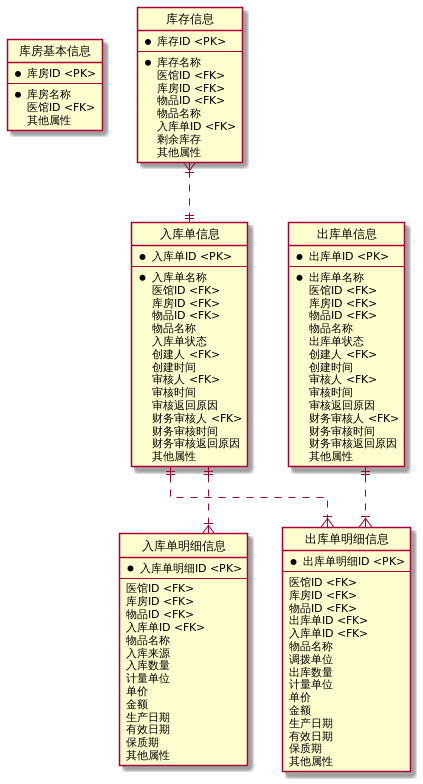
This is src/main/asciidoc/entity001.png from ab-shangzhou/medicine-museum, a PlantUML export, as it was before one commit. The source it was exported from:
```plantuml
@startuml
hide circle
skinparam linetype ortho

entity "库房基本信息" as e01 {
    *库房ID <PK>
    --
    *库房名称
     医馆ID <FK>
     其他属性
}

entity "库存信息" as e02 {
    *库存ID <PK>
    --
    *库存名称
     医馆ID <FK>
     库房ID <FK>
     物品ID <FK>
     物品名称
     入库单ID <FK>
     剩余库存
     其他属性
}

entity "入库单信息" as e03 {
    *入库单ID <PK>
    --
    *入库单名称
     医馆ID <FK>
     库房ID <FK>
     物品ID <FK>
     物品名称
     入库单状态
     创建人 <FK>
     创建时间
     审核人 <FK>
     审核时间
     审核返回原因
     财务审核人 <FK>
     财务审核时间
     财务审核返回原因
     其他属性
}

entity "入库单明细信息" as e04 {
    *入库单明细ID <PK>
    --
     医馆ID <FK>
     库房ID <FK>
     物品ID <FK>
     入库单ID <FK>
     物品名称
     入库来源
     入库数量
     计量单位
     单价
     金额
     生产日期
     有效日期
     保质期
     其他属性
}


entity "出库单信息" as e05 {
    *出库单ID <PK>
    --
    *出库单名称
     医馆ID <FK>
     库房ID <FK>
     物品ID <FK>
     物品名称
     出库单状态
     创建人 <FK>
     创建时间
     审核人 <FK>
     审核时间
     审核返回原因
     财务审核人 <FK>
     财务审核时间
     财务审核返回原因
     其他属性
}

entity "出库单明细信息" as e06 {
    *出库单明细ID <PK>
    --
     医馆ID <FK>
     库房ID <FK>
     物品ID <FK>
     出库单ID <FK>
     入库单ID <FK>
     物品名称
     调拨单位
     出库数量
     计量单位
     单价
     金额
     生产日期
     有效日期
     保质期
     其他属性
}

e02 }|..|| e03
e03 ||..|{ e04
e03 ||..|{ e06
e05 ||..|{ e06

@enduml
```
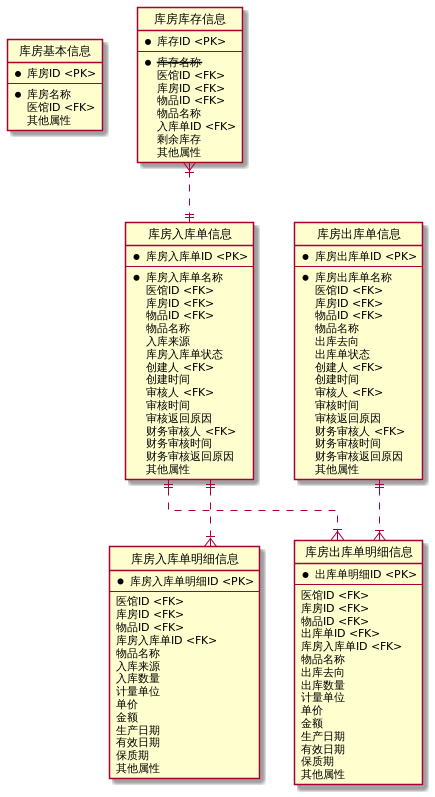
After the change.

Commit message:
添加医馆、药房、库房关系图

Change to the diagram source:
```diff
@@ -10,10 +10,10 @@
      其他属性
 }
 
-entity "库存信息" as e02 {
+entity "库房库存信息" as e02 {
     *库存ID <PK>
     --
-    *库存名称
+    *<s>库存名称</s>
      医馆ID <FK>
      库房ID <FK>
      物品ID <FK>
@@ -23,15 +23,16 @@
      其他属性
 }
 
-entity "入库单信息" as e03 {
-    *入库单ID <PK>
+entity "库房入库单信息" as e03 {
+    *库房入库单ID <PK>
     --
-    *入库单名称
+    *库房入库单名称
      医馆ID <FK>
      库房ID <FK>
      物品ID <FK>
      物品名称
-     入库单状态
+     入库来源
+     库房入库单状态
      创建人 <FK>
      创建时间
      审核人 <FK>
@@ -43,13 +44,13 @@
      其他属性
 }
 
-entity "入库单明细信息" as e04 {
-    *入库单明细ID <PK>
+entity "库房入库单明细信息" as e04 {
+    *库房入库单明细ID <PK>
     --
      医馆ID <FK>
      库房ID <FK>
      物品ID <FK>
-     入库单ID <FK>
+     库房入库单ID <FK>
      物品名称
      入库来源
      入库数量
@@ -63,14 +64,15 @@
 }
 
 
-entity "出库单信息" as e05 {
-    *出库单ID <PK>
+entity "库房出库单信息" as e05 {
+    *库房出库单ID <PK>
     --
-    *出库单名称
+    *库房出库单名称
      医馆ID <FK>
      库房ID <FK>
      物品ID <FK>
      物品名称
+     出库去向
      出库单状态
      创建人 <FK>
      创建时间
@@ -83,16 +85,16 @@
      其他属性
 }
 
-entity "出库单明细信息" as e06 {
+entity "库房出库单明细信息" as e06 {
     *出库单明细ID <PK>
     --
      医馆ID <FK>
      库房ID <FK>
      物品ID <FK>
      出库单ID <FK>
-     入库单ID <FK>
+     库房入库单ID <FK>
      物品名称
-     调拨单位
+     出库去向
      出库数量
      计量单位
      单价
```
